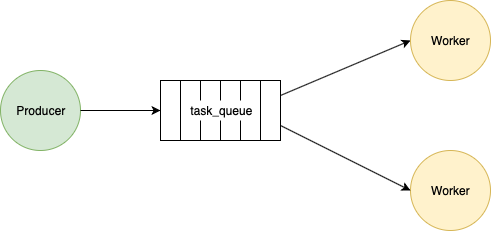
Earlier version of the draw.io export docs/worker_queue.png (ba-st/Ansible). Source tidied: cells renumbered, new cells last; positions are measured from the earlier drawing's top-left corner, leaving out a move shared by most shapes.
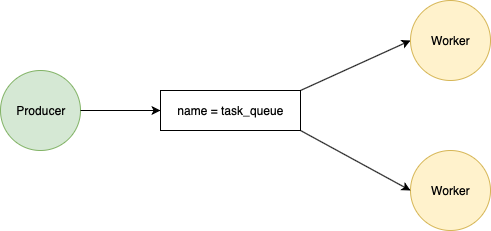
After the commit.

Commit message:
Change worker queue image

Change to the diagram source:
```diff
@@ -8,32 +8,20 @@
     <mxCell id="3" value="Worker" style="ellipse;whiteSpace=wrap;html=1;fillColor=#fff2cc;strokeColor=#d6b656;" parent="1" vertex="1">
       <mxGeometry x="410" y="150" width="80" height="80" as="geometry" />
     </mxCell>
-    <mxCell id="4" style="rounded=0;whiteSpace=wrap;html=1;gradientColor=none;" parent="1" vertex="1">
-      <mxGeometry x="160" y="80" width="120" height="60" as="geometry" />
-    </mxCell>
-    <mxCell id="5" style="endArrow=classic;html=1;exitX=1;exitY=0.5;exitDx=0;exitDy=0;" parent="1" edge="1" source="2" target="4">
+    <mxCell id="5" style="endArrow=classic;html=1;exitX=1;exitY=0.5;exitDx=0;exitDy=0;entryX=0;entryY=0.5;entryDx=0;entryDy=0;" parent="1" edge="1" source="2" target="13">
       <mxGeometry relative="1" as="geometry" />
     </mxCell>
-    <mxCell id="6" style="endArrow=none;html=1;exitX=0;exitY=0.5;exitDx=0;exitDy=0;entryX=1;entryY=0.75;entryDx=0;entryDy=0;startArrow=classic;startFill=1;endFill=0;" parent="1" edge="1" source="3" target="4">
+    <mxCell id="6" style="endArrow=none;html=1;exitX=0;exitY=0.5;exitDx=0;exitDy=0;entryX=1;entryY=1;entryDx=0;entryDy=0;startArrow=classic;startFill=1;endFill=0;" parent="1" edge="1" source="3" target="13">
       <mxGeometry relative="1" as="geometry" />
     </mxCell>
-    <mxCell id="7" style="endArrow=none;html=1;exitX=0;exitY=0.5;exitDx=0;exitDy=0;entryX=1;entryY=0.25;entryDx=0;entryDy=0;endFill=0;startArrow=classic;startFill=1;" parent="1" edge="1" source="11" target="4">
+    <mxCell id="7" style="endArrow=none;html=1;exitX=0;exitY=0.5;exitDx=0;exitDy=0;entryX=1;entryY=0;entryDx=0;entryDy=0;endFill=0;startArrow=classic;startFill=1;" parent="1" edge="1" source="11" target="13">
       <mxGeometry relative="1" as="geometry" />
     </mxCell>
-    <mxCell id="8" style="rounded=0;whiteSpace=wrap;html=1;gradientColor=none;" parent="1" vertex="1">
-      <mxGeometry x="180" y="80" width="80" height="60" as="geometry" />
-    </mxCell>
-    <mxCell id="9" style="rounded=0;whiteSpace=wrap;html=1;gradientColor=none;" parent="1" vertex="1">
-      <mxGeometry x="200" y="80" width="20" height="60" as="geometry" />
-    </mxCell>
-    <mxCell id="10" style="rounded=0;whiteSpace=wrap;html=1;gradientColor=none;" parent="1" vertex="1">
-      <mxGeometry x="220" y="80" width="20" height="60" as="geometry" />
-    </mxCell>
     <mxCell id="11" value="Worker" style="ellipse;whiteSpace=wrap;html=1;fillColor=#fff2cc;strokeColor=#d6b656;" parent="1" vertex="1">
       <mxGeometry x="410" width="80" height="80" as="geometry" />
     </mxCell>
-    <mxCell id="12" value="task_queue" style="text;html=1;strokeColor=none;fillColor=#FFFFFF;align=center;verticalAlign=middle;whiteSpace=wrap;rounded=0;" parent="1" vertex="1">
-      <mxGeometry x="191" y="100" width="60" height="20" as="geometry" />
-    </mxCell>
+    <mxCell id="13" value="name = task_queue" style="rounded=0;whiteSpace=wrap;html=1;fillColor=#FFFFFF;" parent="1" vertex="1">
+      <mxGeometry x="160" y="90" width="140" height="40" as="geometry" />
+    </mxCell>
   </root>
 </mxGraphModel>
```
